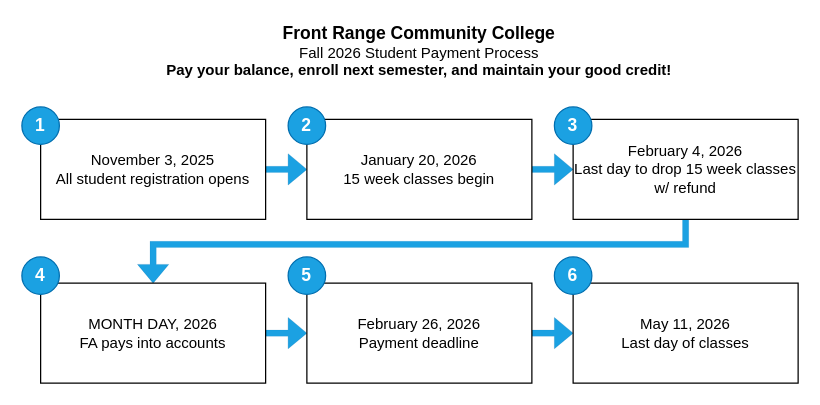
Above: Diagrams/FRCC Student Payment Process.drawio in JoshuaKosakowsky/FRCC_jk (draw.io), before the change. Source tidied: cells renumbered, new cells numbered last; positions are measured from the earlier drawing's top-left corner, leaving out a move shared by most shapes. Both pictures are drawn from the tidied source at 125%, with x=0, y=0 at pixel (21, 31).
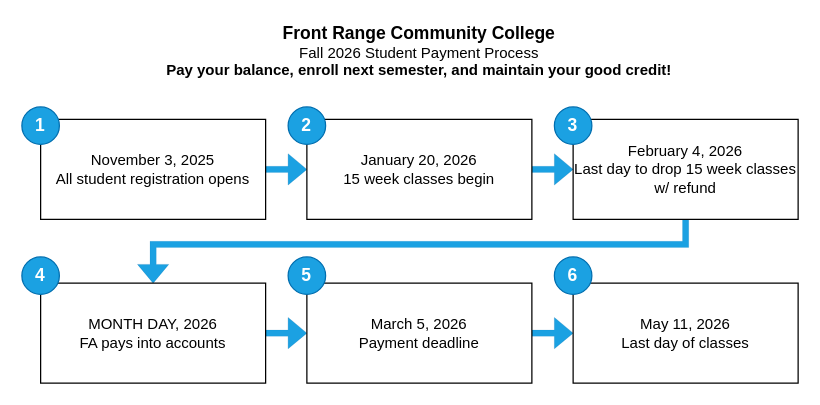
Above is the later version.

Change to the diagram source:
```diff
@@
-    <mxCell id="12" value="February 26, 2026&lt;div&gt;Payment deadline&lt;/div&gt;" style="rounded=0;whiteSpace=wrap;html=1;" parent="1" vertex="1">
+    <mxCell id="12" value="March 5, 2026&lt;div&gt;Payment deadline&lt;/div&gt;" style="rounded=0;whiteSpace=wrap;html=1;" parent="1" vertex="1">
       <mxGeometry x="228" y="201" width="180" height="80" as="geometry" />
     </mxCell>
```
